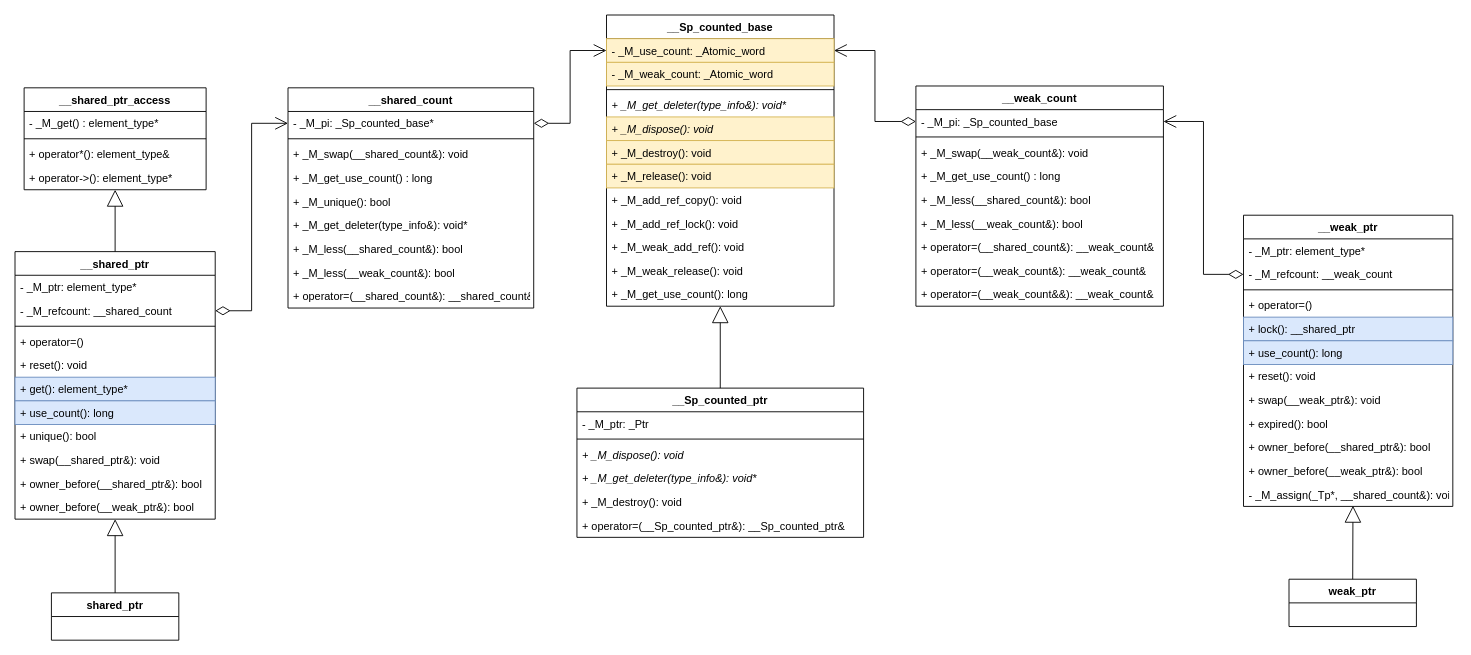
Before: TechStack/smart_pointer.drawio in zhxilin/picbed, a draw.io diagram. Source tidied: cells renumbered, new cells numbered last; positions are measured from the earlier drawing's top-left corner, leaving out a move shared by most shapes. Both pictures are drawn from the tidied source at 91%, with x=0, y=0 at pixel (15, 15).
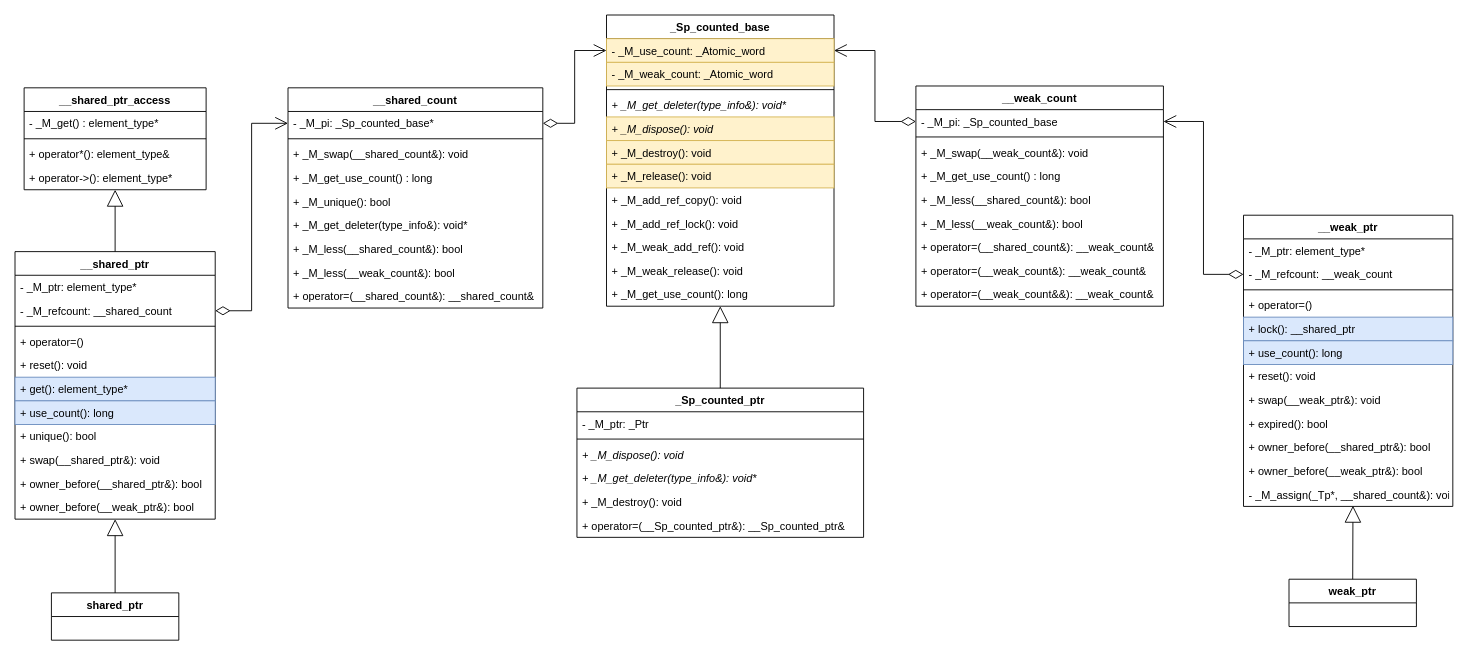
The same diagram, later.

Change to the diagram source:
```diff
@@
     <mxCell id="22" value="__shared_count" style="swimlane;fontStyle=1;align=center;verticalAlign=top;horizontal=1;startSize=26;" parent="1" vertex="1">
-      <mxGeometry x="300" y="80" width="270" height="242" as="geometry" />
+      <mxGeometry x="300" y="80" width="280" height="242" as="geometry" />
     </mxCell>
     <mxCell id="23" value="- _M_pi: _Sp_counted_base*" style="text;strokeColor=none;fillColor=none;align=left;verticalAlign=top;spacingLeft=4;spacingRight=4;overflow=hidden;points=[[0,0.5],[1,0.5]];portConstraint=eastwest;" parent="22" vertex="1">
-      <mxGeometry y="26" width="270" height="26" as="geometry" />
+      <mxGeometry y="26" width="280" height="26" as="geometry" />
     </mxCell>
     <mxCell id="24" style="line;strokeWidth=1;fillColor=none;align=left;verticalAlign=middle;spacingTop=-1;spacingLeft=3;spacingRight=3;labelPosition=right;" parent="22" vertex="1">
-      <mxGeometry y="52" width="270" height="8" as="geometry" />
+      <mxGeometry y="52" width="280" height="8" as="geometry" />
     </mxCell>
     <mxCell id="25" value="+ _M_swap(__shared_count&amp;): void" style="text;strokeColor=none;fillColor=none;align=left;verticalAlign=top;spacingLeft=4;spacingRight=4;overflow=hidden;" parent="22" vertex="1">
-      <mxGeometry y="60" width="270" height="26" as="geometry" />
+      <mxGeometry y="60" width="280" height="26" as="geometry" />
     </mxCell>
     <mxCell id="26" value="+ _M_get_use_count() : long" style="text;strokeColor=none;fillColor=none;align=left;verticalAlign=top;spacingLeft=4;spacingRight=4;overflow=hidden;" parent="22" vertex="1">
-      <mxGeometry y="86" width="270" height="26" as="geometry" />
+      <mxGeometry y="86" width="280" height="26" as="geometry" />
     </mxCell>
     <mxCell id="27" value="+ _M_unique(): bool" style="text;strokeColor=none;fillColor=none;align=left;verticalAlign=top;spacingLeft=4;spacingRight=4;overflow=hidden;" parent="22" vertex="1">
-      <mxGeometry y="112" width="270" height="26" as="geometry" />
+      <mxGeometry y="112" width="280" height="26" as="geometry" />
     </mxCell>
     <mxCell id="28" value="+ _M_get_deleter(type_info&amp;): void*" style="text;strokeColor=none;fillColor=none;align=left;verticalAlign=top;spacingLeft=4;spacingRight=4;overflow=hidden;" parent="22" vertex="1">
-      <mxGeometry y="138" width="270" height="26" as="geometry" />
+      <mxGeometry y="138" width="280" height="26" as="geometry" />
     </mxCell>
     <mxCell id="29" value="+ _M_less(__shared_count&amp;): bool" style="text;strokeColor=none;fillColor=none;align=left;verticalAlign=top;spacingLeft=4;spacingRight=4;overflow=hidden;" parent="22" vertex="1">
-      <mxGeometry y="164" width="270" height="26" as="geometry" />
+      <mxGeometry y="164" width="280" height="26" as="geometry" />
     </mxCell>
     <mxCell id="30" value="+ _M_less(__weak_count&amp;): bool" style="text;strokeColor=none;fillColor=none;align=left;verticalAlign=top;spacingLeft=4;spacingRight=4;overflow=hidden;" parent="22" vertex="1">
-      <mxGeometry y="190" width="270" height="26" as="geometry" />
+      <mxGeometry y="190" width="280" height="26" as="geometry" />
     </mxCell>
     <mxCell id="31" value="+ operator=(__shared_count&amp;): __shared_count&amp;" style="text;strokeColor=none;fillColor=none;align=left;verticalAlign=top;spacingLeft=4;spacingRight=4;overflow=hidden;" parent="22" vertex="1">
-      <mxGeometry y="216" width="270" height="26" as="geometry" />
+      <mxGeometry y="216" width="280" height="26" as="geometry" />
     </mxCell>
@@
-    <mxCell id="33" value="__Sp_counted_base" style="swimlane;fontStyle=1;align=center;verticalAlign=top;horizontal=1;startSize=26;" parent="1" vertex="1">
+    <mxCell id="33" value="_Sp_counted_base" style="swimlane;fontStyle=1;align=center;verticalAlign=top;horizontal=1;startSize=26;" parent="1" vertex="1">
       <mxGeometry x="650" width="250" height="320" as="geometry" />
     </mxCell>
@@
-    <mxCell id="47" value="__Sp_counted_ptr" style="swimlane;fontStyle=1;align=center;verticalAlign=top;horizontal=1;startSize=26;" parent="1" vertex="1">
+    <mxCell id="47" value="_Sp_counted_ptr" style="swimlane;fontStyle=1;align=center;verticalAlign=top;horizontal=1;startSize=26;" parent="1" vertex="1">
       <mxGeometry x="617.5" y="410" width="315" height="164" as="geometry" />
     </mxCell>
```
